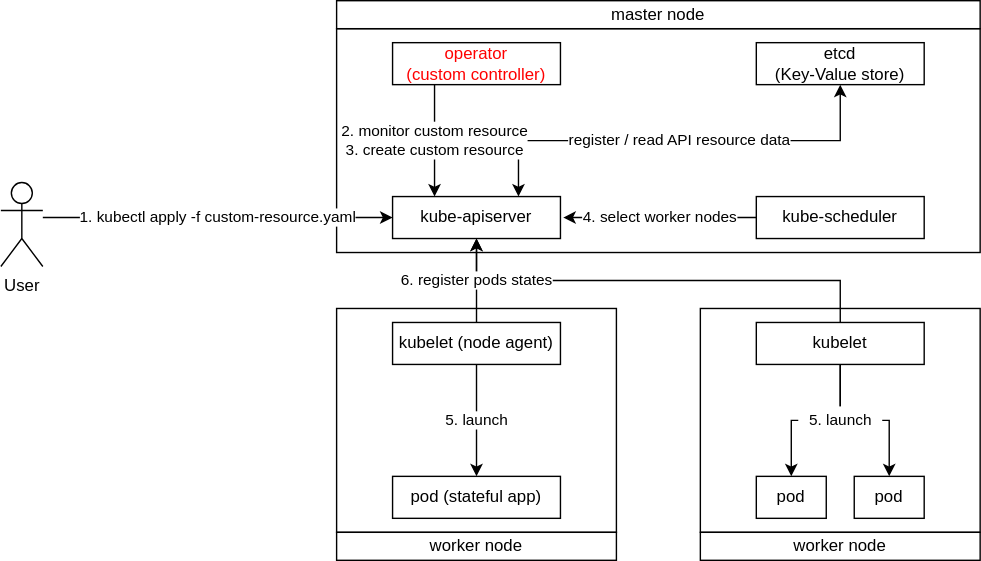
Earlier version of the draw.io export Kubernetes/images/operator.drawio.svg (k-makino-jp/sandbox). Source tidied: cells renumbered, new cells last; positions are measured from the earlier drawing's top-left corner, leaving out a move shared by most shapes.
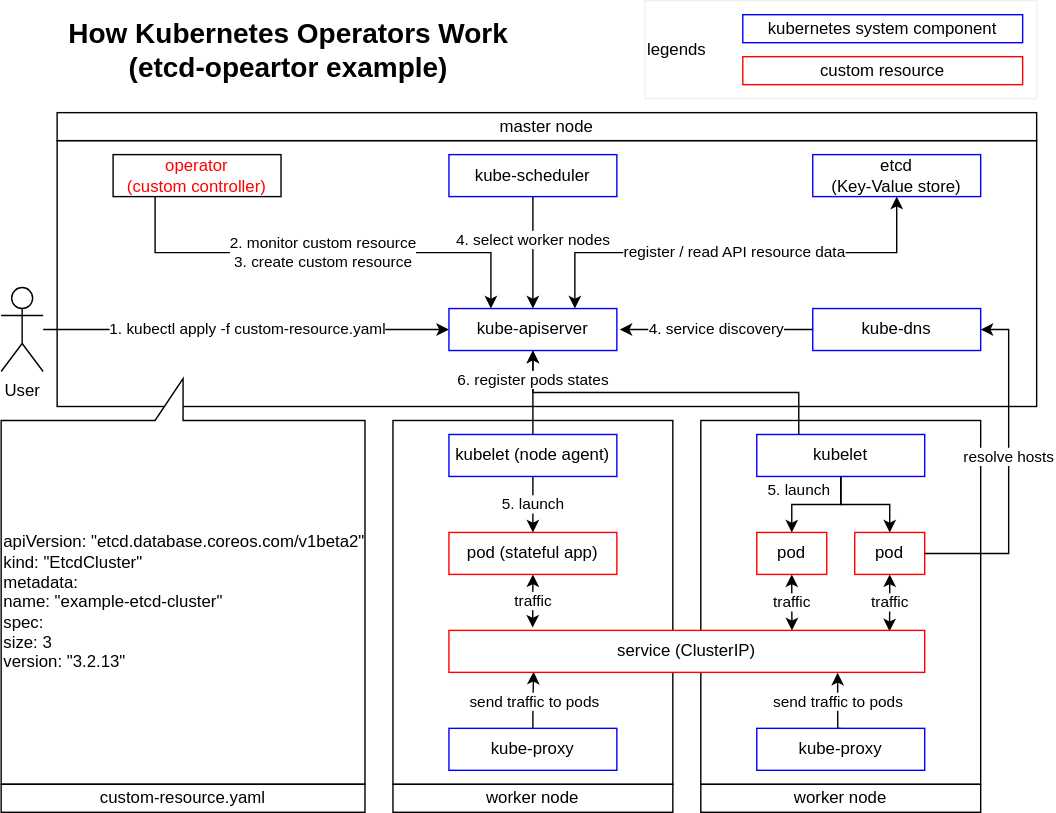
The same file after the commit.

The edit, as a diff of the source:
```diff
@@ -2,52 +2,50 @@
   <root>
     <mxCell id="0" />
     <mxCell id="1" parent="0" />
+    <mxCell id="28" value="&amp;nbsp; legends" style="rounded=0;whiteSpace=wrap;html=1;strokeColor=#F0F0F0;align=left;" parent="1" vertex="1">
+      <mxGeometry x="420" y="-20" width="280" height="70" as="geometry" />
+    </mxCell>
     <mxCell id="2" style="rounded=0;whiteSpace=wrap;html=1;" parent="1" vertex="1">
-      <mxGeometry x="240" y="20" width="460" height="160" as="geometry" />
+      <mxGeometry y="80" width="700" height="190" as="geometry" />
     </mxCell>
     <mxCell id="3" value="register / read API resource data" style="edgeStyle=orthogonalEdgeStyle;rounded=0;jumpSize=0;jettySize=auto;html=1;exitX=0.5;exitY=1;exitDx=0;exitDy=0;entryX=0.75;entryY=0;entryDx=0;entryDy=0;endSize=6;startArrow=classic;startFill=1;" parent="1" edge="1" source="12" target="6">
       <mxGeometry relative="1" as="geometry" />
     </mxCell>
-    <mxCell id="4" value="1. kubectl apply -f custom-resource.yaml" style="edgeStyle=orthogonalEdgeStyle;rounded=0;jettySize=auto;html=1;entryX=0;entryY=0.5;entryDx=0;entryDy=0;" parent="1" edge="1" target="6">
-      <mxGeometry relative="1" as="geometry">
-        <mxPoint x="30" y="155" as="sourcePoint" />
-      </mxGeometry>
+    <mxCell id="4" value="1. kubectl apply -f custom-resource.yaml" style="edgeStyle=orthogonalEdgeStyle;rounded=0;jettySize=auto;html=1;" parent="1" edge="1" source="5" target="6">
+      <mxGeometry relative="1" as="geometry" />
     </mxCell>
     <mxCell id="5" value="User" style="shape=umlActor;verticalLabelPosition=bottom;verticalAlign=top;html=1;outlineConnect=0;" parent="1" vertex="1">
-      <mxGeometry y="130" width="30" height="60" as="geometry" />
+      <mxGeometry x="-40" y="185" width="30" height="60" as="geometry" />
     </mxCell>
-    <mxCell id="6" value="kube-apiserver" style="rounded=0;whiteSpace=wrap;html=1;" parent="1" vertex="1">
-      <mxGeometry x="280" y="140" width="120" height="30" as="geometry" />
+    <mxCell id="6" value="kube-apiserver" style="rounded=0;whiteSpace=wrap;html=1;strokeColor=#0000FF;" parent="1" vertex="1">
+      <mxGeometry x="280" y="200" width="120" height="30" as="geometry" />
     </mxCell>
-    <mxCell id="7" value="2. monitor custom resource&lt;br&gt;3. create custom resource" style="edgeStyle=orthogonalEdgeStyle;rounded=0;jettySize=auto;html=1;entryX=0.25;entryY=0;entryDx=0;entryDy=0;exitX=0.25;exitY=1;exitDx=0;exitDy=0;" parent="1" edge="1" source="8" target="6">
+    <mxCell id="7" value="2. monitor custom resource&lt;br&gt;3. create custom resource" style="edgeStyle=orthogonalEdgeStyle;rounded=0;jettySize=auto;html=1;entryX=0.25;entryY=0;entryDx=0;entryDy=0;exitX=0.25;exitY=1;exitDx=0;exitDy=0;verticalAlign=middle;" parent="1" edge="1" source="8" target="6">
       <mxGeometry relative="1" as="geometry" />
     </mxCell>
     <mxCell id="8" value="operator&lt;br&gt;(custom controller)" style="rounded=0;whiteSpace=wrap;html=1;fontColor=#FF0000;" parent="1" vertex="1">
-      <mxGeometry x="280" y="30" width="120" height="30" as="geometry" />
+      <mxGeometry x="40" y="90" width="120" height="30" as="geometry" />
     </mxCell>
-    <mxCell id="9" value="kube-scheduler" style="rounded=0;whiteSpace=wrap;html=1;" parent="1" vertex="1">
-      <mxGeometry x="540" y="140" width="120" height="30" as="geometry" />
+    <mxCell id="9" value="kube-dns" style="rounded=0;whiteSpace=wrap;html=1;strokeColor=#0000FF;" parent="1" vertex="1">
+      <mxGeometry x="540" y="200" width="120" height="30" as="geometry" />
     </mxCell>
-    <mxCell id="10" value="4. select worker nodes" style="edgeStyle=orthogonalEdgeStyle;rounded=0;jettySize=auto;html=1;exitX=0;exitY=0.5;exitDx=0;exitDy=0;" parent="1" edge="1" source="9">
+    <mxCell id="10" value="4. service discovery" style="edgeStyle=orthogonalEdgeStyle;rounded=0;jettySize=auto;html=1;exitX=0;exitY=0.5;exitDx=0;exitDy=0;" parent="1" edge="1" source="9">
       <mxGeometry relative="1" as="geometry">
-        <mxPoint x="402" y="155" as="targetPoint" />
+        <mxPoint x="402" y="215" as="targetPoint" />
       </mxGeometry>
     </mxCell>
     <mxCell id="11" value="master node" style="rounded=0;whiteSpace=wrap;html=1;" parent="1" vertex="1">
-      <mxGeometry x="240" width="460" height="20" as="geometry" />
+      <mxGeometry y="60" width="700" height="20" as="geometry" />
     </mxCell>
-    <mxCell id="12" value="etcd&lt;br&gt;(Key-Value store)" style="rounded=0;whiteSpace=wrap;html=1;" parent="1" vertex="1">
-      <mxGeometry x="540" y="30" width="120" height="30" as="geometry" />
+    <mxCell id="12" value="etcd&lt;br&gt;(Key-Value store)" style="rounded=0;whiteSpace=wrap;html=1;strokeColor=#0000FF;" parent="1" vertex="1">
+      <mxGeometry x="540" y="90" width="120" height="30" as="geometry" />
     </mxCell>
     <mxCell id="13" style="rounded=0;whiteSpace=wrap;html=1;align=left;" parent="1" vertex="1">
-      <mxGeometry x="240" y="220" width="200" height="160" as="geometry" />
+      <mxGeometry x="240" y="280" width="200" height="260" as="geometry" />
     </mxCell>
     <mxCell id="14" style="rounded=0;whiteSpace=wrap;html=1;align=left;" parent="1" vertex="1">
-      <mxGeometry x="500" y="220" width="200" height="160" as="geometry" />
+      <mxGeometry x="460" y="280" width="200" height="260" as="geometry" />
     </mxCell>
-    <mxCell id="15" style="edgeStyle=orthogonalEdgeStyle;rounded=0;jettySize=auto;html=1;exitX=0.5;exitY=1;exitDx=0;exitDy=0;entryX=0.5;entryY=0;entryDx=0;entryDy=0;" parent="1" edge="1" source="20" target="22">
-      <mxGeometry relative="1" as="geometry" />
-    </mxCell>
     <mxCell id="16" style="edgeStyle=orthogonalEdgeStyle;rounded=0;jettySize=auto;html=1;exitX=0.5;exitY=1;exitDx=0;exitDy=0;entryX=0.5;entryY=0;entryDx=0;entryDy=0;" parent="1" edge="1" source="20" target="23">
       <mxGeometry relative="1" as="geometry" />
     </mxCell>
@@ -55,34 +53,90 @@
       <mxGeometry relative="1" as="geometry" />
     </mxCell>
     <mxCell id="18" value="worker node" style="rounded=0;whiteSpace=wrap;html=1;" parent="1" vertex="1">
-      <mxGeometry x="500" y="380" width="200" height="20" as="geometry" />
+      <mxGeometry x="460" y="540" width="200" height="20" as="geometry" />
     </mxCell>
     <mxCell id="19" value="worker node" style="rounded=0;whiteSpace=wrap;html=1;" parent="1" vertex="1">
-      <mxGeometry x="240" y="380" width="200" height="20" as="geometry" />
+      <mxGeometry x="240" y="540" width="200" height="20" as="geometry" />
     </mxCell>
+    <mxCell id="15" style="edgeStyle=orthogonalEdgeStyle;rounded=0;jettySize=auto;html=1;exitX=0.5;exitY=1;exitDx=0;exitDy=0;fontSize=11;align=center;verticalAlign=middle;" parent="1" edge="1" source="20" target="22">
+      <mxGeometry relative="1" as="geometry" />
+    </mxCell>
-    <mxCell id="20" value="kubelet" style="rounded=0;whiteSpace=wrap;html=1;" parent="1" vertex="1">
-      <mxGeometry x="540" y="230" width="120" height="30" as="geometry" />
+    <mxCell id="20" value="kubelet" style="rounded=0;whiteSpace=wrap;html=1;strokeColor=#0000FF;" parent="1" vertex="1">
+      <mxGeometry x="500" y="290" width="120" height="30" as="geometry" />
     </mxCell>
-    <mxCell id="21" value="kubelet (node agent)" style="rounded=0;whiteSpace=wrap;html=1;" parent="1" vertex="1">
-      <mxGeometry x="280" y="230" width="120" height="30" as="geometry" />
+    <mxCell id="21" value="kubelet (node agent)" style="rounded=0;whiteSpace=wrap;html=1;align=center;strokeColor=#0000FF;" parent="1" vertex="1">
+      <mxGeometry x="280" y="290" width="120" height="30" as="geometry" />
     </mxCell>
+    <mxCell id="29" value="traffic" style="edgeStyle=orthogonalEdgeStyle;rounded=0;jumpSize=0;jettySize=auto;html=1;exitX=0.5;exitY=1;exitDx=0;exitDy=0;entryX=0.721;entryY=0;entryDx=0;entryDy=0;entryPerimeter=0;fontSize=11;startArrow=classic;startFill=1;endArrow=classic;endFill=1;strokeWidth=1;align=center;verticalAlign=middle;" parent="1" edge="1" source="22" target="42">
+      <mxGeometry relative="1" as="geometry" />
+    </mxCell>
-    <mxCell id="22" value="pod" style="rounded=0;whiteSpace=wrap;html=1;" parent="1" vertex="1">
-      <mxGeometry x="540" y="340" width="50" height="30" as="geometry" />
+    <mxCell id="22" value="pod" style="rounded=0;whiteSpace=wrap;html=1;strokeColor=#FF0000;" parent="1" vertex="1">
+      <mxGeometry x="500" y="360" width="50" height="30" as="geometry" />
     </mxCell>
+    <mxCell id="30" value="traffic" style="edgeStyle=orthogonalEdgeStyle;rounded=0;jumpSize=0;jettySize=auto;html=1;exitX=0.5;exitY=1;exitDx=0;exitDy=0;entryX=0.926;entryY=0.022;entryDx=0;entryDy=0;entryPerimeter=0;fontSize=11;startArrow=classic;startFill=1;endArrow=classic;endFill=1;strokeWidth=1;align=center;verticalAlign=middle;" parent="1" edge="1" source="23" target="42">
+      <mxGeometry relative="1" as="geometry" />
+    </mxCell>
-    <mxCell id="23" value="pod" style="rounded=0;whiteSpace=wrap;html=1;" parent="1" vertex="1">
-      <mxGeometry x="610" y="340" width="50" height="30" as="geometry" />
+    <mxCell id="23" value="pod" style="rounded=0;whiteSpace=wrap;html=1;strokeColor=#FF0000;" parent="1" vertex="1">
+      <mxGeometry x="570" y="360" width="50" height="30" as="geometry" />
     </mxCell>
+    <mxCell id="31" value="traffic" style="edgeStyle=orthogonalEdgeStyle;rounded=0;jumpSize=0;jettySize=auto;html=1;exitX=0.5;exitY=1;exitDx=0;exitDy=0;entryX=0.176;entryY=-0.067;entryDx=0;entryDy=0;entryPerimeter=0;fontSize=11;strokeWidth=1;align=center;verticalAlign=middle;startArrow=classic;startFill=1;endArrow=classic;endFill=1;" parent="1" edge="1" source="24" target="42">
+      <mxGeometry relative="1" as="geometry" />
+    </mxCell>
-    <mxCell id="24" value="pod (stateful app)" style="rounded=0;whiteSpace=wrap;html=1;" parent="1" vertex="1">
-      <mxGeometry x="280" y="340" width="120" height="30" as="geometry" />
+    <mxCell id="24" value="pod (stateful app)" style="rounded=0;whiteSpace=wrap;html=1;strokeColor=#FF0000;" parent="1" vertex="1">
+      <mxGeometry x="280" y="360" width="120" height="30" as="geometry" />
     </mxCell>
-    <mxCell id="25" value="5. launch" style="text;html=1;align=center;verticalAlign=middle;rounded=0;fontSize=11;fillColor=#FFFFFF;" parent="1" vertex="1">
-      <mxGeometry x="570" y="290" width="60" height="20" as="geometry" />
-    </mxCell>
-    <mxCell id="26" style="edgeStyle=orthogonalEdgeStyle;rounded=0;jettySize=auto;html=1;exitX=0.5;exitY=0;exitDx=0;exitDy=0;entryX=0.5;entryY=1;entryDx=0;entryDy=0;" parent="1" edge="1" source="20" target="6">
+    <mxCell id="26" style="edgeStyle=orthogonalEdgeStyle;rounded=0;jettySize=auto;html=1;exitX=0.25;exitY=0;exitDx=0;exitDy=0;entryX=0.5;entryY=1;entryDx=0;entryDy=0;" parent="1" edge="1" source="20" target="6">
       <mxGeometry relative="1" as="geometry" />
     </mxCell>
-    <mxCell id="27" value="6. register pods states" style="edgeStyle=orthogonalEdgeStyle;rounded=0;jettySize=auto;html=1;entryX=0.5;entryY=1;entryDx=0;entryDy=0;exitX=0.5;exitY=0;exitDx=0;exitDy=0;" parent="1" edge="1" source="21" target="6">
+    <mxCell id="27" value="6. register pods states" style="edgeStyle=orthogonalEdgeStyle;rounded=0;jettySize=auto;html=1;entryX=0.5;entryY=1;entryDx=0;entryDy=0;exitX=0.5;exitY=0;exitDx=0;exitDy=0;verticalAlign=bottom;" parent="1" edge="1" source="21" target="6">
       <mxGeometry relative="1" as="geometry" />
     </mxCell>
+    <mxCell id="32" value="&lt;div&gt;apiVersion: &quot;etcd.database.coreos.com/v1beta2&quot;&lt;/div&gt;&lt;div&gt;kind: &quot;EtcdCluster&quot;&lt;/div&gt;&lt;div&gt;metadata:&lt;/div&gt;&lt;div&gt;&amp;nbsp; name: &quot;example-etcd-cluster&quot;&lt;/div&gt;&lt;div&gt;spec:&lt;/div&gt;&lt;div&gt;&amp;nbsp; size: 3&lt;/div&gt;&lt;div&gt;&amp;nbsp; version: &quot;3.2.13&quot;&lt;/div&gt;" style="shape=callout;whiteSpace=wrap;html=1;perimeter=calloutPerimeter;direction=west;align=left;" parent="1" vertex="1">
+      <mxGeometry x="-40" y="250" width="260" height="290" as="geometry" />
+    </mxCell>
+    <mxCell id="33" value="custom-resource.yaml" style="rounded=0;whiteSpace=wrap;html=1;" parent="1" vertex="1">
+      <mxGeometry x="-40" y="540" width="260" height="20" as="geometry" />
+    </mxCell>
+    <mxCell id="34" value="kube-scheduler" style="rounded=0;whiteSpace=wrap;html=1;strokeColor=#0000FF;" parent="1" vertex="1">
+      <mxGeometry x="280" y="90" width="120" height="30" as="geometry" />
+    </mxCell>
+    <mxCell id="35" value="4. select worker nodes" style="edgeStyle=orthogonalEdgeStyle;rounded=0;jettySize=auto;html=1;exitX=0.5;exitY=1;exitDx=0;exitDy=0;entryX=0.5;entryY=0;entryDx=0;entryDy=0;verticalAlign=bottom;" parent="1" edge="1" source="34" target="6">
+      <mxGeometry relative="1" as="geometry" />
+    </mxCell>
+    <mxCell id="36" value="send traffic to pods" style="edgeStyle=orthogonalEdgeStyle;rounded=0;jumpSize=0;jettySize=auto;html=1;exitX=0.5;exitY=0;exitDx=0;exitDy=0;entryX=0.178;entryY=0.987;entryDx=0;entryDy=0;entryPerimeter=0;fontSize=11;strokeWidth=1;align=center;verticalAlign=middle;" parent="1" edge="1" source="37" target="42">
+      <mxGeometry relative="1" as="geometry" />
+    </mxCell>
+    <mxCell id="37" value="kube-proxy" style="rounded=0;whiteSpace=wrap;html=1;strokeColor=#0000FF;" parent="1" vertex="1">
+      <mxGeometry x="280" y="500" width="120" height="30" as="geometry" />
+    </mxCell>
+    <mxCell id="38" style="edgeStyle=orthogonalEdgeStyle;rounded=0;jettySize=auto;html=1;exitX=0.5;exitY=1;exitDx=0;exitDy=0;entryX=0.5;entryY=0;entryDx=0;entryDy=0;endArrow=none;" parent="1" edge="1" source="20">
+      <mxGeometry relative="1" as="geometry">
+        <mxPoint x="560" y="340" as="targetPoint" />
+      </mxGeometry>
+    </mxCell>
+    <mxCell id="39" value="send traffic to pods" style="edgeStyle=orthogonalEdgeStyle;rounded=0;jumpSize=0;jettySize=auto;html=1;exitX=0.5;exitY=0;exitDx=0;exitDy=0;entryX=0.817;entryY=1.011;entryDx=0;entryDy=0;entryPerimeter=0;fontSize=11;strokeWidth=1;align=center;verticalAlign=middle;" parent="1" edge="1" source="40" target="42">
+      <mxGeometry relative="1" as="geometry" />
+    </mxCell>
+    <mxCell id="40" value="kube-proxy" style="rounded=0;whiteSpace=wrap;html=1;strokeColor=#0000FF;" parent="1" vertex="1">
+      <mxGeometry x="500" y="500" width="120" height="30" as="geometry" />
+    </mxCell>
+    <mxCell id="25" value="5. launch" style="text;html=1;align=center;verticalAlign=middle;strokeColor=none;fontSize=11;" parent="1" vertex="1">
+      <mxGeometry x="500" y="320" width="60" height="20" as="geometry" />
+    </mxCell>
+    <mxCell id="41" value="resolve hosts" style="edgeStyle=orthogonalEdgeStyle;rounded=0;jettySize=auto;html=1;exitX=1;exitY=0.5;exitDx=0;exitDy=0;entryX=1;entryY=0.5;entryDx=0;entryDy=0;verticalAlign=bottom;align=center;" parent="1" edge="1" source="23" target="9">
+      <mxGeometry relative="1" as="geometry" />
+    </mxCell>
+    <mxCell id="42" value="service (ClusterIP)" style="rounded=0;whiteSpace=wrap;html=1;strokeColor=#FF0000;" parent="1" vertex="1">
+      <mxGeometry x="280" y="430" width="340" height="30" as="geometry" />
+    </mxCell>
+    <mxCell id="43" value="custom resource" style="rounded=0;whiteSpace=wrap;html=1;strokeColor=#FF0000;" parent="1" vertex="1">
+      <mxGeometry x="490" y="20" width="200" height="20" as="geometry" />
+    </mxCell>
+    <mxCell id="44" value="kubernetes system component" style="rounded=0;whiteSpace=wrap;html=1;strokeColor=#0000FF;" parent="1" vertex="1">
+      <mxGeometry x="490" y="-10" width="200" height="20" as="geometry" />
+    </mxCell>
+    <mxCell id="45" value="How Kubernetes Operators Work&lt;br style=&quot;font-size: 20px&quot;&gt;(etcd-opeartor example)" style="text;html=1;align=center;verticalAlign=middle;strokeColor=none;fontSize=20;fontStyle=1;" parent="1" vertex="1">
+      <mxGeometry y="-10" width="330" height="50" as="geometry" />
+    </mxCell>
   </root>
 </mxGraphModel>
```
